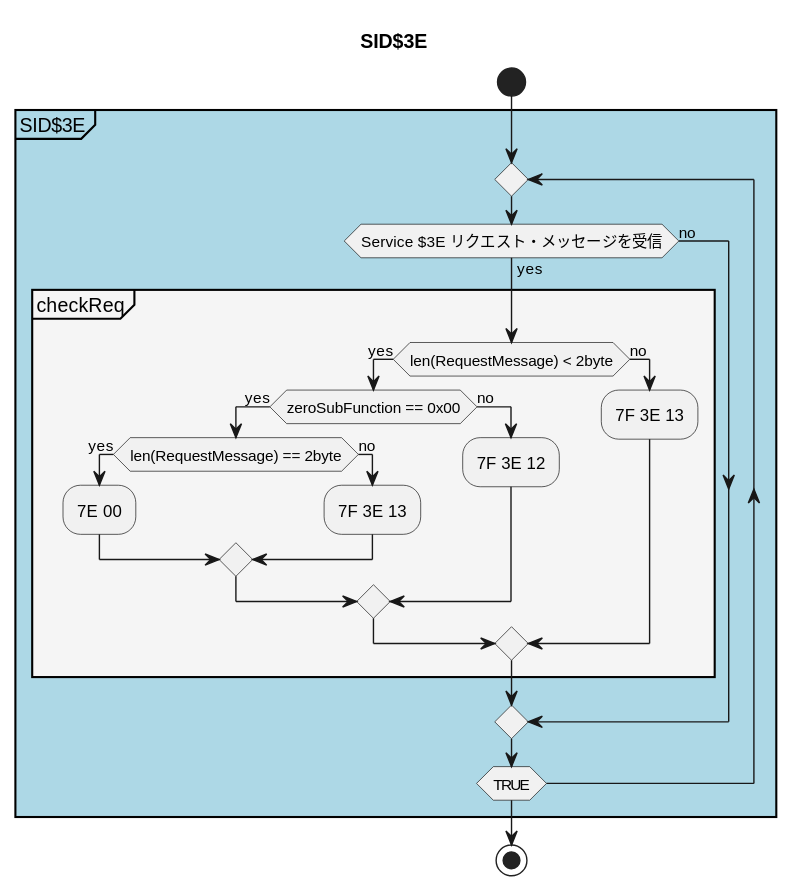
Before: out/UML/SID_0x3E/SID$3E.svg, a diagram exported from PlantUML (JiaxiaoH/ecu-simulator).
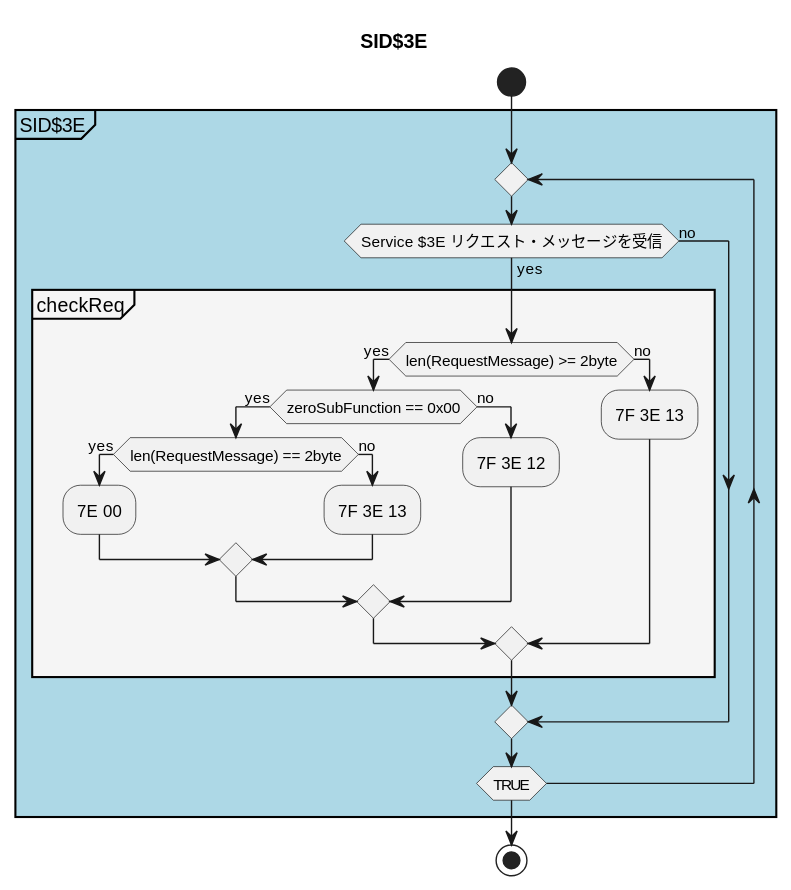
Above is the later version.

The edit, as a diff of the source:
```diff
@@ -7,7 +7,7 @@
 
       partition checkReq #WhiteSmoke{
 
-        if (len(RequestMessage) < 2byte) then (yes)
+        if (len(RequestMessage) >= 2byte) then (yes)
             if (zeroSubFunction == 0x00) then (yes)
                 if(len(RequestMessage) == 2byte) then (yes)
                         :7E 00;
```
